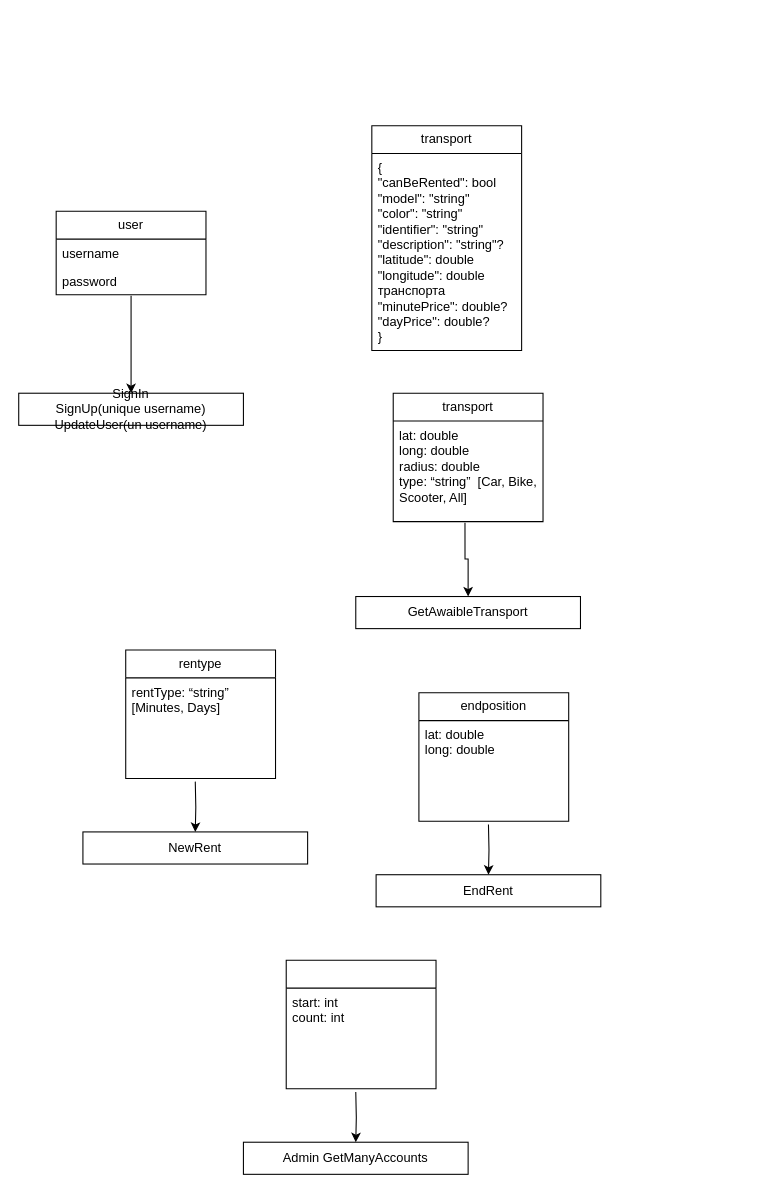
The draw.io diagram UML.drawio in pudjer/volga, before the edit. Source tidied: cells renumbered, new cells numbered last; positions are measured from the earlier drawing's top-left corner, leaving out a move shared by most shapes. Both pictures are drawn from the tidied source at 107%, with x=0, y=0 at pixel (18, 125).
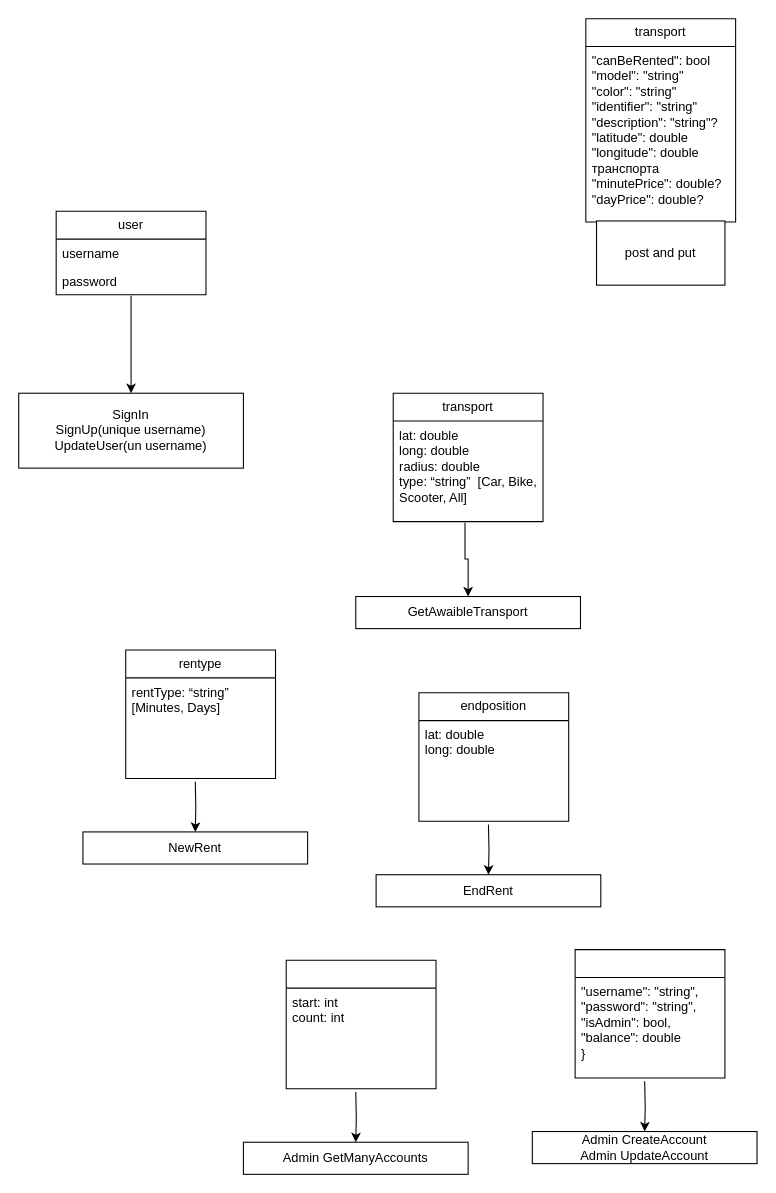
The same page after the edit.

Diff of the diagram source:
```diff
@@
     <mxCell id="6" value="SignIn&lt;br&gt;SignUp(unique username)&lt;br&gt;UpdateUser(un username)" style="whiteSpace=wrap;html=1;" parent="1" vertex="1">
-      <mxGeometry y="250" width="210" height="30" as="geometry" />
+      <mxGeometry y="250" width="210" height="70" as="geometry" />
     </mxCell>
     <mxCell id="7" value="transport" style="swimlane;fontStyle=0;horizontal=1;startSize=26;fillColor=none;whiteSpace=wrap;html=1;" parent="1" vertex="1">
-      <mxGeometry x="330" width="140" height="210" as="geometry" />
+      <mxGeometry x="530" y="-100" width="140" height="190" as="geometry" />
     </mxCell>
-    <mxCell id="8" value="{&lt;br&gt;&quot;canBeRented&quot;: bool&lt;br&gt;&quot;model&quot;: &quot;string&quot;&lt;br&gt;&quot;color&quot;: &quot;string&quot;&lt;br&gt;&quot;identifier&quot;: &quot;string&quot;&lt;br&gt;&quot;description&quot;: &quot;string&quot;?&lt;br&gt;&quot;latitude&quot;: double&lt;br&gt;&quot;longitude&quot;: double транспорта&lt;br&gt;&quot;minutePrice&quot;: double?&lt;br&gt;&quot;dayPrice&quot;: double?&lt;br&gt;}" style="text;strokeColor=none;fillColor=none;align=left;verticalAlign=top;spacingLeft=4;spacingRight=4;overflow=hidden;whiteSpace=wrap;html=1;" parent="7" vertex="1">
-      <mxGeometry y="26" width="140" height="184" as="geometry" />
+    <mxCell id="8" value="&quot;canBeRented&quot;: bool&lt;br&gt;&quot;model&quot;: &quot;string&quot;&lt;br&gt;&quot;color&quot;: &quot;string&quot;&lt;br&gt;&quot;identifier&quot;: &quot;string&quot;&lt;br&gt;&quot;description&quot;: &quot;string&quot;?&lt;br&gt;&quot;latitude&quot;: double&lt;br&gt;&quot;longitude&quot;: double транспорта&lt;br&gt;&quot;minutePrice&quot;: double?&lt;br&gt;&quot;dayPrice&quot;: double?&lt;br&gt;" style="text;strokeColor=none;fillColor=none;align=left;verticalAlign=top;spacingLeft=4;spacingRight=4;overflow=hidden;whiteSpace=wrap;html=1;" parent="7" vertex="1">
+      <mxGeometry y="26" width="140" height="164" as="geometry" />
     </mxCell>
@@
+    <mxCell id="25" style="edgeStyle=orthogonalEdgeStyle;rounded=0;jettySize=auto;html=1;entryX=0.5;entryY=0;entryDx=0;entryDy=0;" parent="1" edge="1" target="28">
+      <mxGeometry relative="1" as="geometry">
+        <mxPoint x="585" y="893" as="sourcePoint" />
+      </mxGeometry>
+    </mxCell>
+    <mxCell id="26" style="swimlane;fontStyle=0;horizontal=1;startSize=26;fillColor=none;whiteSpace=wrap;html=1;" parent="1" vertex="1">
+      <mxGeometry x="520" y="770" width="140" height="120" as="geometry" />
+    </mxCell>
+    <mxCell id="27" value="&quot;username&quot;: &quot;string&quot;, &quot;password&quot;: &quot;string&quot;,&lt;br&gt;&quot;isAdmin&quot;: bool, &quot;balance&quot;: double&amp;nbsp;&lt;br&gt;}" style="text;strokeColor=none;fillColor=none;align=left;verticalAlign=top;spacingLeft=4;spacingRight=4;overflow=hidden;whiteSpace=wrap;html=1;" parent="26" vertex="1">
+      <mxGeometry y="26" width="140" height="94" as="geometry" />
+    </mxCell>
+    <mxCell id="28" value="Admin CreateAccount&lt;br&gt;Admin UpdateAccount" style="whiteSpace=wrap;html=1;" parent="1" vertex="1">
+      <mxGeometry x="480" y="940" width="210" height="30" as="geometry" />
+    </mxCell>
+    <mxCell id="29" value="post and put" style="whiteSpace=wrap;html=1;" parent="1" vertex="1">
+      <mxGeometry x="540" y="89" width="120" height="60" as="geometry" />
+    </mxCell>
```
